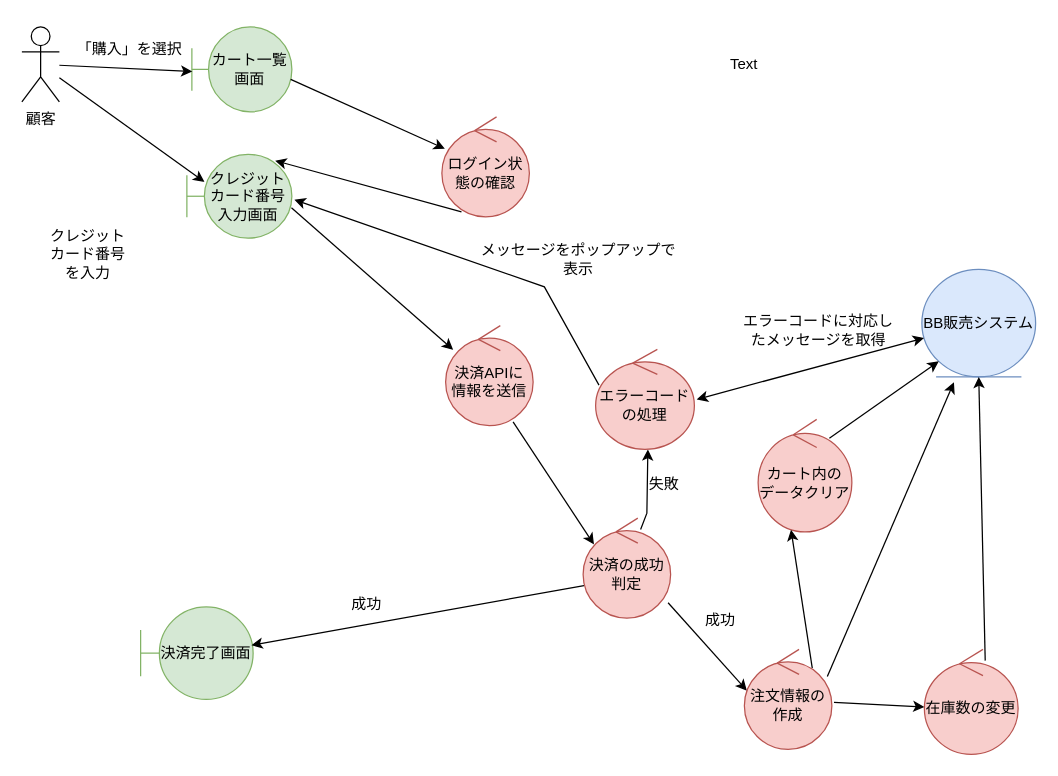
Above: BB/analysys_purchase.drawio in FujikawaHirono0520/group3_1_dogdog (draw.io), before the change. Source tidied: cells renumbered, new cells numbered last; positions are measured from the earlier drawing's top-left corner, leaving out a move shared by most shapes. Both pictures are drawn from the tidied source at 125%, with x=0, y=0 at pixel (21, 26).
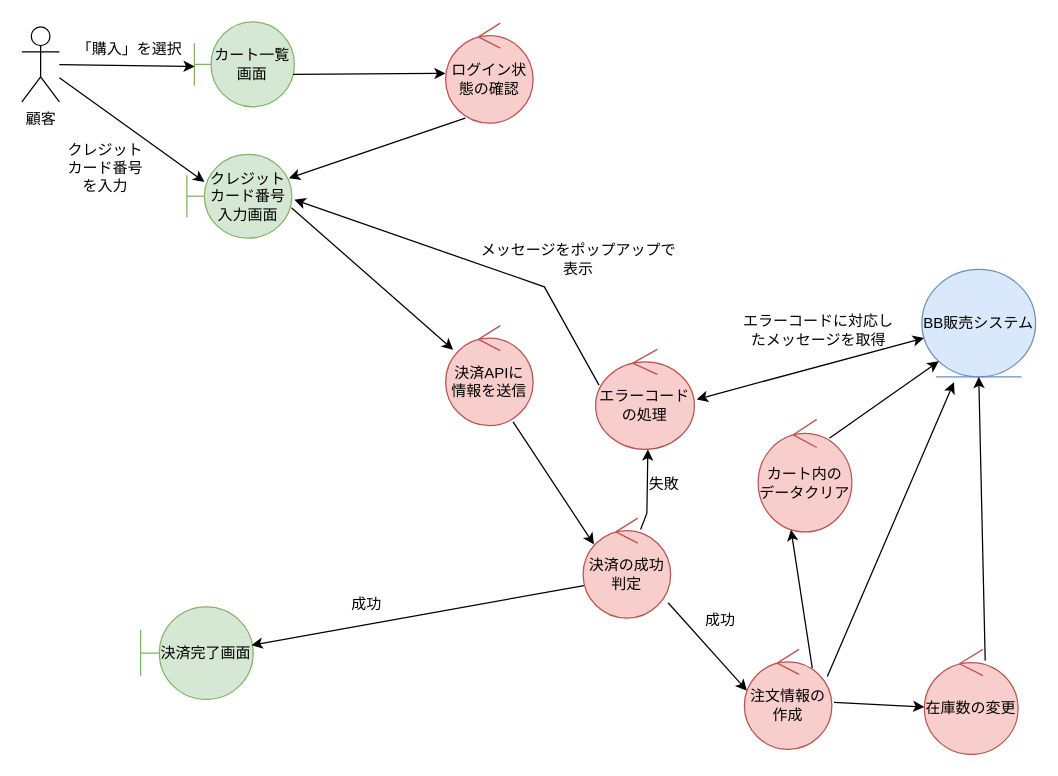
The same page after the edit.

The change refers to these unchanged cells:
```xml
<mxCell id="8" value="クレジットカード番号入力画面" style="shape=umlBoundary;whiteSpace=wrap;html=1;fillColor=#d5e8d4;strokeColor=#82b366;" parent="1" vertex="1">
  <mxGeometry x="132" y="102" width="84" height="67" as="geometry" />
</mxCell>
```

What changed in the source:
```diff
@@
-<mxGraphModel>
+<mxGraphModel background="#ffffff">
@@
     <mxCell id="3" value="カート一覧画面" style="shape=umlBoundary;whiteSpace=wrap;html=1;fillColor=#d5e8d4;strokeColor=#82b366;" parent="1" vertex="1">
-      <mxGeometry x="136" width="80" height="68" as="geometry" />
+      <mxGeometry x="138" y="-4" width="80" height="68" as="geometry" />
     </mxCell>
@@
     <mxCell id="6" value="ログイン状態の確認" style="ellipse;shape=umlControl;whiteSpace=wrap;html=1;fillColor=#f8cecc;strokeColor=#b85450;" parent="1" vertex="1">
-      <mxGeometry x="336" y="72" width="70" height="80" as="geometry" />
+      <mxGeometry x="339" y="-3" width="70" height="80" as="geometry" />
     </mxCell>
@@
-    <mxCell id="9" style="endArrow=classic;html=1;rounded=0;exitX=0.224;exitY=0.95;exitDx=0;exitDy=0;exitPerimeter=0;entryX=0.841;entryY=0.075;entryDx=0;entryDy=0;entryPerimeter=0;" parent="1" edge="1" source="6" target="8">
+    <mxCell id="9" style="endArrow=classic;html=1;rounded=0;exitX=0.224;exitY=0.95;exitDx=0;exitDy=0;exitPerimeter=0;entryX=0.972;entryY=0.284;entryDx=0;entryDy=0;entryPerimeter=0;" parent="1" edge="1" source="6" target="8">
       <mxGeometry relative="1" as="geometry" />
     </mxCell>
@@
     <mxCell id="13" value="クレジットカード番号を入力&lt;div&gt;&lt;br&gt;&lt;/div&gt;" style="text;html=1;align=center;verticalAlign=middle;whiteSpace=wrap;rounded=0;" parent="1" vertex="1">
-      <mxGeometry x="18" y="177" width="70" height="24" as="geometry" />
+      <mxGeometry x="32" y="108" width="70" height="24" as="geometry" />
     </mxCell>
@@
-    <mxCell id="34" value="Text" style="text;html=1;align=center;verticalAlign=middle;whiteSpace=wrap;rounded=0;" parent="1" vertex="1">
-      <mxGeometry x="548" y="15" width="60" height="30" as="geometry" />
-    </mxCell>
```
